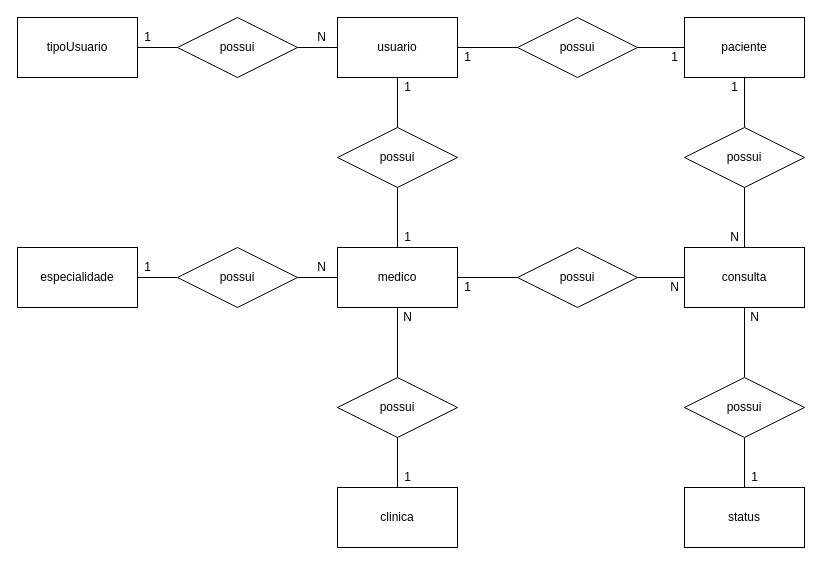
This is page "conceitual" (1 of 2) of SP MEDICAL GROUP/sprint_1_BD/modelagens/modelagem-SP_MED_GROUP.drawio from s-f22/SENAI_2, a draw.io file, before an edit. Source tidied: cells renumbered, new cells numbered last; positions are measured from the earlier drawing's top-left corner, leaving out a move shared by most shapes. Both pictures are drawn from the tidied source at 100%, with x=0, y=0 at pixel (17, 17).
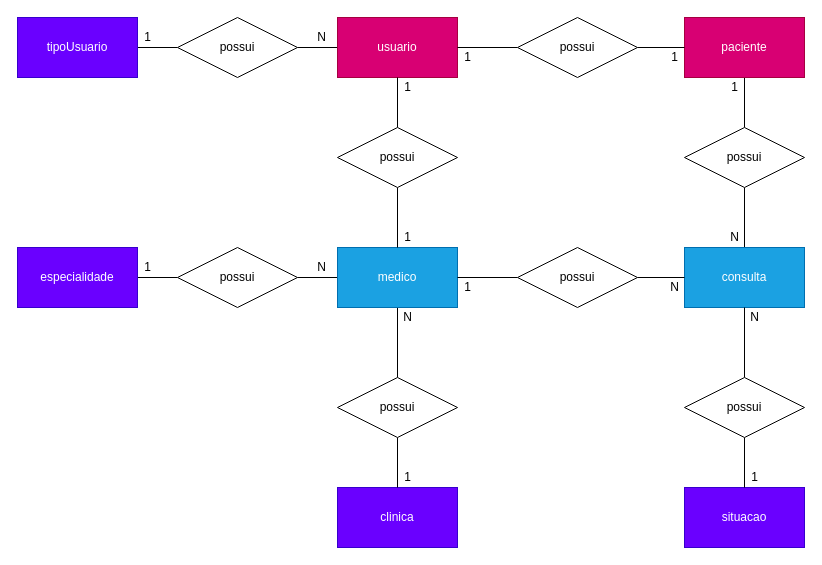
The same diagram, later.

Change to the diagram source:
```diff
@@
-    <mxCell id="3" value="tipoUsuario" style="rounded=0;whiteSpace=wrap;html=1;" parent="1" vertex="1">
+    <mxCell id="3" value="tipoUsuario" style="rounded=0;whiteSpace=wrap;html=1;fillColor=#6a00ff;strokeColor=#3700CC;fontColor=#ffffff;" parent="1" vertex="1">
       <mxGeometry width="120" height="60" as="geometry" />
     </mxCell>
@@
-    <mxCell id="6" value="usuario" style="rounded=0;whiteSpace=wrap;html=1;" parent="1" vertex="1">
+    <mxCell id="6" value="usuario" style="rounded=0;whiteSpace=wrap;html=1;fillColor=#d80073;strokeColor=#A50040;fontColor=#ffffff;" parent="1" vertex="1">
       <mxGeometry x="320" width="120" height="60" as="geometry" />
     </mxCell>
@@
-    <mxCell id="8" value="especialidade" style="rounded=0;whiteSpace=wrap;html=1;" parent="1" vertex="1">
+    <mxCell id="8" value="especialidade" style="rounded=0;whiteSpace=wrap;html=1;fillColor=#6a00ff;strokeColor=#3700CC;fontColor=#ffffff;" parent="1" vertex="1">
       <mxGeometry y="230" width="120" height="60" as="geometry" />
     </mxCell>
@@
-    <mxCell id="12" value="medico" style="rounded=0;whiteSpace=wrap;html=1;" parent="1" vertex="1">
+    <mxCell id="12" value="medico" style="rounded=0;whiteSpace=wrap;html=1;fillColor=#1ba1e2;strokeColor=#006EAF;fontColor=#ffffff;" parent="1" vertex="1">
       <mxGeometry x="320" y="230" width="120" height="60" as="geometry" />
     </mxCell>
@@
-    <mxCell id="17" value="clinica" style="rounded=0;whiteSpace=wrap;html=1;" parent="1" vertex="1">
+    <mxCell id="17" value="clinica" style="rounded=0;whiteSpace=wrap;html=1;fillColor=#6a00ff;strokeColor=#3700CC;fontColor=#ffffff;" parent="1" vertex="1">
       <mxGeometry x="320" y="470" width="120" height="60" as="geometry" />
     </mxCell>
@@
-    <mxCell id="23" value="consulta" style="rounded=0;whiteSpace=wrap;html=1;" parent="1" vertex="1">
+    <mxCell id="23" value="consulta" style="rounded=0;whiteSpace=wrap;html=1;fillColor=#1ba1e2;strokeColor=#006EAF;fontColor=#ffffff;" parent="1" vertex="1">
       <mxGeometry x="667" y="230" width="120" height="60" as="geometry" />
     </mxCell>
@@
-    <mxCell id="27" value="status" style="rounded=0;whiteSpace=wrap;html=1;" parent="1" vertex="1">
+    <mxCell id="27" value="situacao" style="rounded=0;whiteSpace=wrap;html=1;fillColor=#6a00ff;strokeColor=#3700CC;fontColor=#ffffff;" parent="1" vertex="1">
       <mxGeometry x="667" y="470" width="120" height="60" as="geometry" />
     </mxCell>
@@
-    <mxCell id="37" value="paciente" style="rounded=0;whiteSpace=wrap;html=1;" parent="1" vertex="1">
+    <mxCell id="37" value="paciente" style="rounded=0;whiteSpace=wrap;html=1;fillColor=#d80073;strokeColor=#A50040;fontColor=#ffffff;" parent="1" vertex="1">
       <mxGeometry x="667" width="120" height="60" as="geometry" />
     </mxCell>
```
